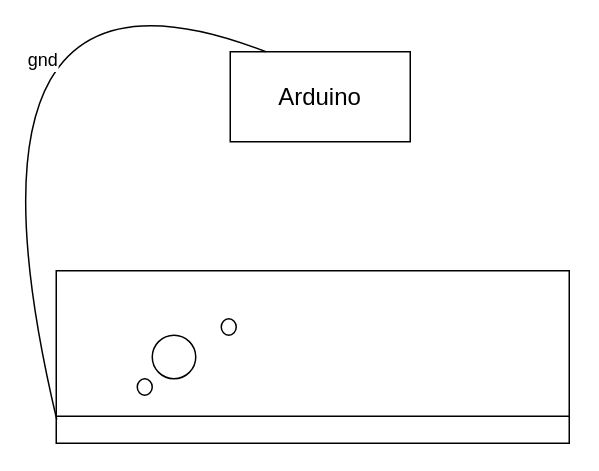
Above: Unbenanntes Diagramm.drawio in raphaelschefold/raphaelschefold (draw.io), before the change. Source tidied: cells renumbered, new cells numbered last; positions are measured from the earlier drawing's top-left corner, leaving out a move shared by most shapes. Both pictures are drawn from the tidied source at 150%, with x=0, y=0 at pixel (-62, -76).
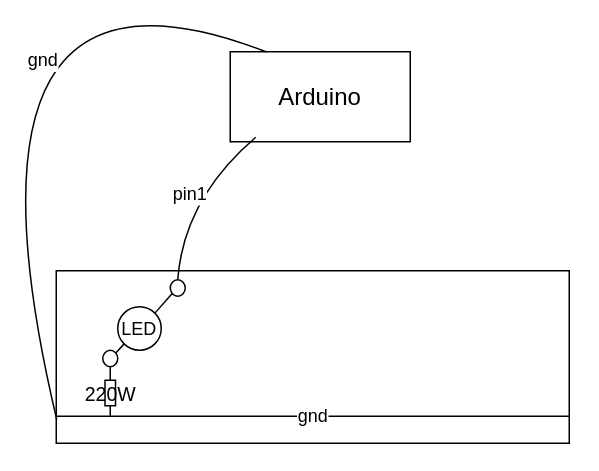
After the change.

Diff of the diagram source:
```diff
@@
 <mxGraphModel>
   <root>
     <mxCell id="0" />
     <mxCell id="1" parent="0" />
     <mxCell id="2" style="rounded=0;whiteSpace=wrap;html=1;fontSize=16;" parent="1" vertex="1">
       <mxGeometry x="78" y="231" width="342" height="115" as="geometry" />
     </mxCell>
     <mxCell id="3" value="Arduino" style="rounded=0;whiteSpace=wrap;html=1;fontSize=16;" parent="1" vertex="1">
       <mxGeometry x="194" y="85" width="120" height="60" as="geometry" />
     </mxCell>
     <mxCell id="4" value="gnd" style="endArrow=none;html=1;rounded=0;fontSize=12;startSize=8;endSize=8;curved=1;exitX=0.198;exitY=0;exitDx=0;exitDy=0;exitPerimeter=0;entryX=0.001;entryY=0.863;entryDx=0;entryDy=0;entryPerimeter=0;" parent="1" edge="1" source="3" target="2">
       <mxGeometry x="0.18" y="46" relative="1" as="geometry">
         <Array as="points">
           <mxPoint />
         </Array>
       </mxGeometry>
     </mxCell>
+    <mxCell id="9" style="edgeStyle=none;curved=1;rounded=0;jettySize=auto;html=1;exitX=0;exitY=1;exitDx=0;exitDy=0;entryX=1;entryY=0;entryDx=0;entryDy=0;fontSize=12;startSize=8;endSize=8;endArrow=none;endFill=0;" parent="1" edge="1" source="5" target="8">
+      <mxGeometry relative="1" as="geometry" />
+    </mxCell>
-    <mxCell id="5" style="ellipse;whiteSpace=wrap;html=1;fontSize=16;" parent="1" vertex="1">
-      <mxGeometry x="142" y="274" width="29" height="29" as="geometry" />
+    <mxCell id="5" value="LED" style="ellipse;whiteSpace=wrap;html=1;fontSize=12;" parent="1" vertex="1">
+      <mxGeometry x="119" y="255" width="29" height="29" as="geometry" />
     </mxCell>
-    <mxCell id="6" style="endArrow=none;html=1;rounded=0;fontSize=12;startSize=8;endSize=8;curved=1;exitX=0;exitY=0.75;exitDx=0;exitDy=0;entryX=1;entryY=0.75;entryDx=0;entryDy=0;" parent="1" edge="1">
+    <mxCell id="6" value="gnd" style="endArrow=none;html=1;rounded=0;fontSize=12;startSize=8;endSize=8;curved=1;exitX=0;exitY=0.75;exitDx=0;exitDy=0;entryX=1;entryY=0.75;entryDx=0;entryDy=0;" parent="1" edge="1">
       <mxGeometry relative="1" as="geometry">
         <mxPoint x="78" y="328" as="sourcePoint" />
         <mxPoint x="420" y="328" as="targetPoint" />
       </mxGeometry>
     </mxCell>
+    <mxCell id="10" style="edgeStyle=none;curved=1;rounded=0;jettySize=auto;html=1;exitX=0;exitY=1;exitDx=0;exitDy=0;fontSize=12;startSize=8;endSize=8;entryX=1;entryY=0;entryDx=0;entryDy=0;endArrow=none;endFill=0;" parent="1" edge="1" source="7" target="5">
+      <mxGeometry relative="1" as="geometry" />
+    </mxCell>
     <mxCell id="7" style="ellipse;whiteSpace=wrap;html=1;fontSize=16;" parent="1" vertex="1">
-      <mxGeometry x="188" y="263" width="10" height="11" as="geometry" />
+      <mxGeometry x="154" y="237" width="10" height="11" as="geometry" />
     </mxCell>
     <mxCell id="8" style="ellipse;whiteSpace=wrap;html=1;fontSize=16;" parent="1" vertex="1">
-      <mxGeometry x="132" y="303" width="10" height="11" as="geometry" />
+      <mxGeometry x="109" y="284" width="10" height="11" as="geometry" />
     </mxCell>
+    <mxCell id="11" style="endArrow=none;html=1;rounded=0;fontSize=12;startSize=8;endSize=8;curved=1;entryX=0.5;entryY=1;entryDx=0;entryDy=0;" parent="1" edge="1" source="13" target="8">
+      <mxGeometry relative="1" as="geometry" />
+    </mxCell>
+    <mxCell id="12" style="endArrow=none;html=1;rounded=0;fontSize=12;startSize=8;endSize=8;curved=1;entryX=0.5;entryY=1;entryDx=0;entryDy=0;" parent="1" edge="1" target="13">
+      <mxGeometry relative="1" as="geometry">
+        <mxPoint x="114" y="328" as="sourcePoint" />
+      </mxGeometry>
+    </mxCell>
+    <mxCell id="13" value="220&lt;font face=&quot;symbol&quot; style=&quot;font-size: 13px;&quot;&gt;W&lt;/font&gt;" style="rounded=0;whiteSpace=wrap;html=1;fontSize=13;align=center;verticalAlign=middle;direction=west;" parent="1" vertex="1">
+      <mxGeometry x="110.5" y="304" width="7" height="17" as="geometry" />
+    </mxCell>
+    <mxCell id="14" value="pin1" style="endArrow=none;html=1;rounded=0;fontSize=12;startSize=8;endSize=8;curved=1;exitX=0.5;exitY=0;exitDx=0;exitDy=0;" parent="1" edge="1" source="7">
+      <mxGeometry relative="1" as="geometry">
+        <mxPoint x="211" y="142" as="targetPoint" />
+        <Array as="points">
+          <mxPoint x="163" y="183" />
+        </Array>
+      </mxGeometry>
+    </mxCell>
   </root>
 </mxGraphModel>
```
